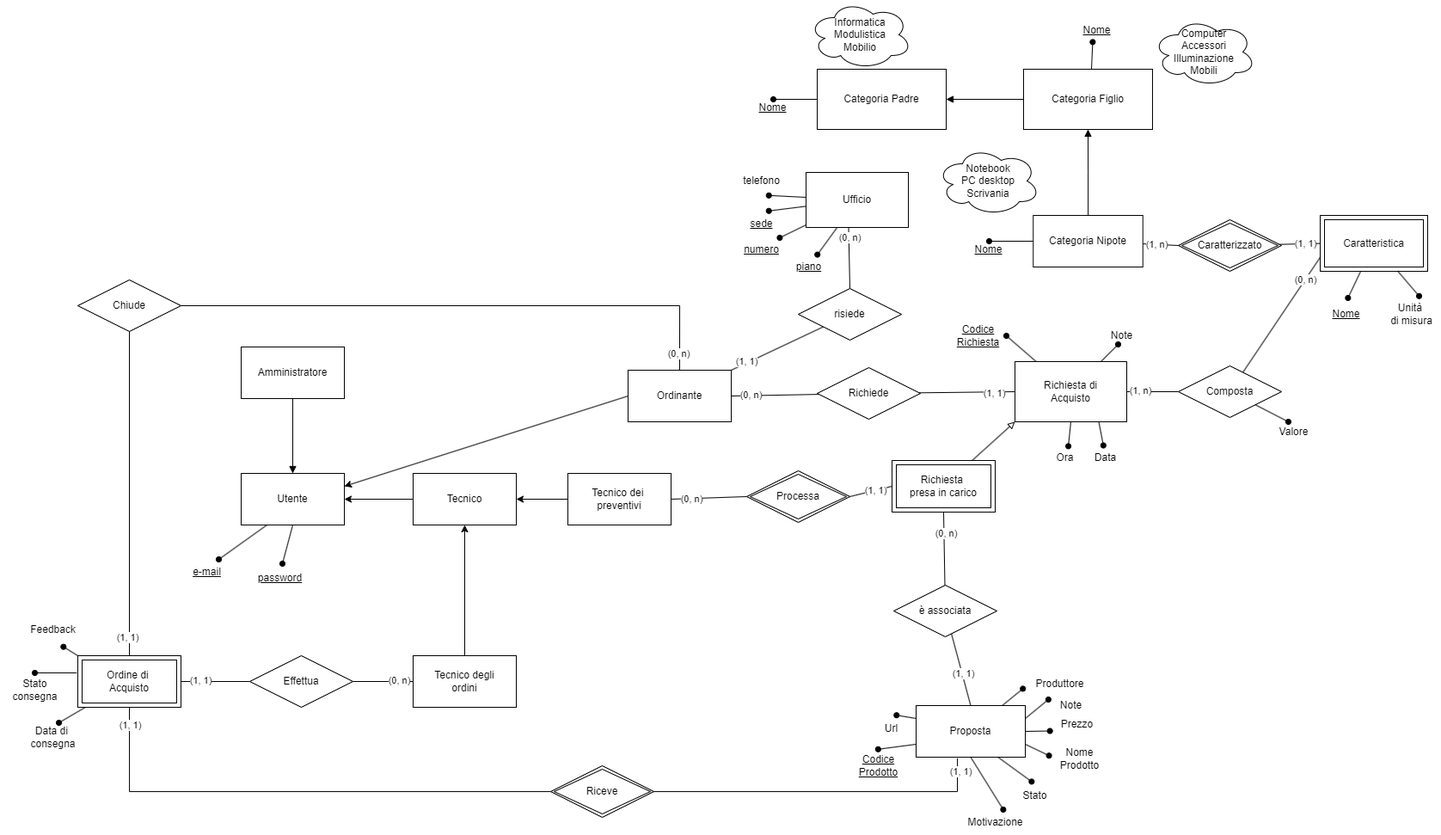
This is docs/ER_WE.drawio.png from Mik1810/web_engineering, a draw.io export, as it was before one commit. Source tidied: cells renumbered, new cells last; positions are measured from the earlier drawing's top-left corner, leaving out a move shared by most shapes.
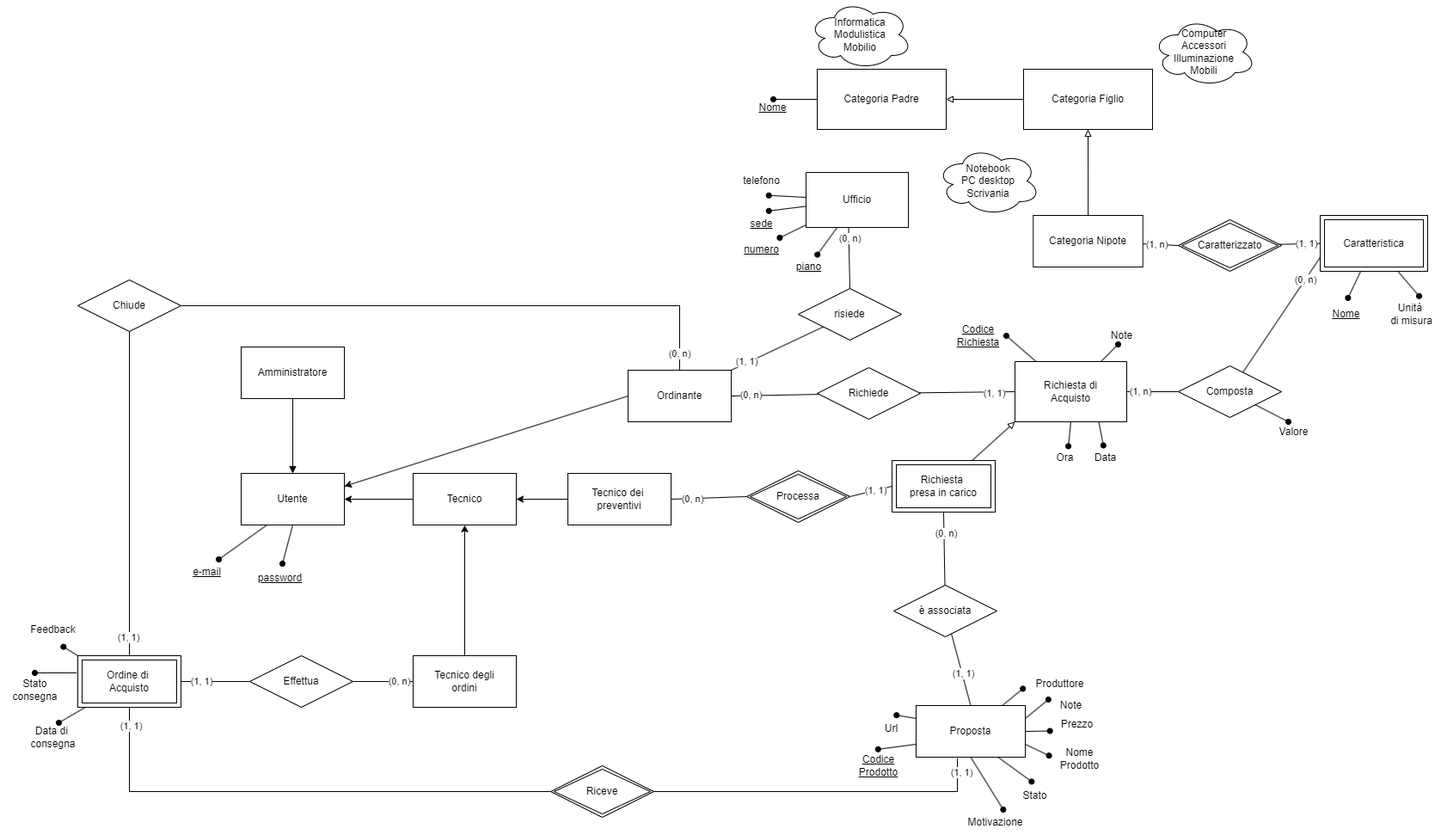
After the change.

What changed in the source:
```diff
@@ -5,7 +5,7 @@
     <mxCell id="2" value="Categoria Padre" style="rounded=0;whiteSpace=wrap;html=1;" parent="1" vertex="1">
       <mxGeometry x="950" y="80" width="150" height="70" as="geometry" />
     </mxCell>
-    <mxCell id="3" style="edgeStyle=orthogonalEdgeStyle;rounded=0;jettySize=auto;html=1;entryX=1;entryY=0.5;entryDx=0;entryDy=0;endArrow=block;endFill=1;" parent="1" edge="1" source="4" target="2">
+    <mxCell id="3" style="edgeStyle=orthogonalEdgeStyle;rounded=0;jettySize=auto;html=1;entryX=1;entryY=0.5;entryDx=0;entryDy=0;endArrow=block;endFill=0;" parent="1" edge="1" source="4" target="2">
       <mxGeometry relative="1" as="geometry" />
     </mxCell>
     <mxCell id="4" value="Categoria Figlio" style="rounded=0;whiteSpace=wrap;html=1;" parent="1" vertex="1">
@@ -36,7 +36,7 @@
     <mxCell id="11" value="Computer&lt;br&gt;Accessori&lt;div&gt;Illuminazione&lt;br&gt;Mobili&lt;/div&gt;" style="ellipse;shape=cloud;whiteSpace=wrap;html=1;" parent="1" vertex="1">
       <mxGeometry x="1340" y="20" width="120" height="80" as="geometry" />
     </mxCell>
-    <mxCell id="12" style="edgeStyle=orthogonalEdgeStyle;rounded=0;jettySize=auto;html=1;endArrow=block;endFill=1;" parent="1" edge="1" source="15" target="4">
+    <mxCell id="12" style="edgeStyle=orthogonalEdgeStyle;rounded=0;jettySize=auto;html=1;endArrow=block;endFill=0;" parent="1" edge="1" source="15" target="4">
       <mxGeometry relative="1" as="geometry" />
     </mxCell>
     <mxCell id="13" style="rounded=0;jettySize=auto;html=1;entryX=0;entryY=0.5;entryDx=0;entryDy=0;endArrow=none;endFill=0;" parent="1" edge="1" source="15" target="16">
@@ -57,11 +57,6 @@
     <mxCell id="18" value="(1, 1)" style="edgeLabel;html=1;align=center;verticalAlign=middle;" parent="17" vertex="1">
       <mxGeometry x="0.17" relative="1" as="geometry" />
     </mxCell>
-    <mxCell id="19" style="rounded=0;jettySize=auto;html=1;endArrow=none;endFill=0;entryX=0;entryY=0.5;entryDx=0;entryDy=0;startArrow=oval;startFill=1;" parent="1" edge="1" target="15">
-      <mxGeometry relative="1" as="geometry">
-        <mxPoint x="1150" y="280" as="sourcePoint" />
-      </mxGeometry>
-    </mxCell>
     <mxCell id="20" style="rounded=0;jettySize=auto;html=1;endArrow=oval;endFill=1;entryX=0.539;entryY=-0.133;entryDx=0;entryDy=0;entryPerimeter=0;" parent="1" edge="1" source="21" target="22">
       <mxGeometry relative="1" as="geometry" />
     </mxCell>
@@ -316,17 +311,6 @@
     <mxCell id="101" value="Valore" style="text;html=1;align=center;verticalAlign=middle;strokeColor=none;fillColor=none;" parent="1" vertex="1">
       <mxGeometry x="1474" y="487" width="60" height="30" as="geometry" />
     </mxCell>
-    <mxCell id="102" value="&lt;u&gt;Nome&lt;/u&gt;" style="text;html=1;align=center;verticalAlign=middle;strokeColor=none;fillColor=none;" parent="1" vertex="1">
-      <mxGeometry x="1119" y="275" width="60" height="30" as="geometry" />
-    </mxCell>
-    <mxCell id="103" style="rounded=0;jettySize=auto;html=1;endArrow=none;endFill=0;entryX=0.5;entryY=0;entryDx=0;entryDy=0;startArrow=oval;startFill=1;exitX=0.423;exitY=0.947;exitDx=0;exitDy=0;exitPerimeter=0;" parent="1" edge="1" source="104">
-      <mxGeometry relative="1" as="geometry">
-        <mxPoint x="1269" y="80" as="targetPoint" />
-      </mxGeometry>
-    </mxCell>
-    <mxCell id="104" value="&lt;u&gt;Nome&lt;/u&gt;" style="text;html=1;align=center;verticalAlign=middle;points=[];strokeColor=none;fillColor=none;" parent="1" vertex="1">
-      <mxGeometry x="1245" y="20" width="60" height="30" as="geometry" />
-    </mxCell>
     <mxCell id="105" style="rounded=0;jettySize=auto;html=1;endArrow=none;endFill=0;entryX=0;entryY=0.5;entryDx=0;entryDy=0;startArrow=oval;startFill=1;" parent="1" edge="1" target="2">
       <mxGeometry relative="1" as="geometry">
         <mxPoint x="899" y="115" as="sourcePoint" />
```
